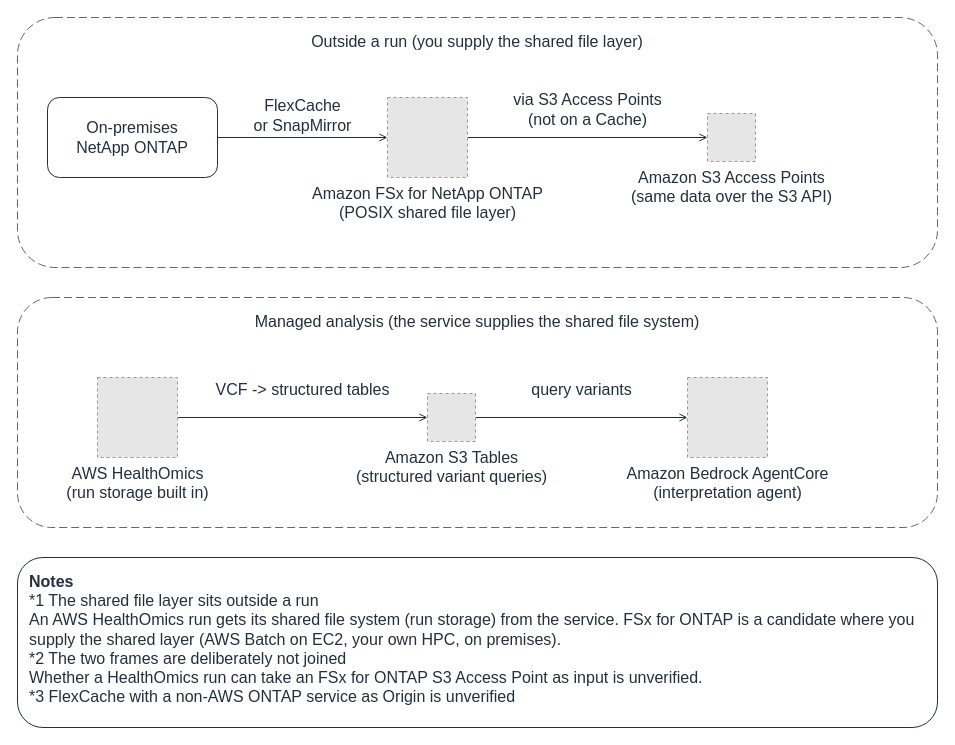
This is docs/_assets/diagrams/genomics-hpc-data-layers-en.drawio from Yoshiki0705/FSx-for-ONTAP-Adoption-Playbook, a draw.io file, before an edit. Source tidied: cells renumbered, new cells numbered last; positions are measured from the earlier drawing's top-left corner, leaving out a move shared by most shapes. Both pictures are drawn from the tidied source at 100%, with x=0, y=0 at pixel (17, 17). Pictures stored in the file or linked from it are replaced by grey dashed boxes.
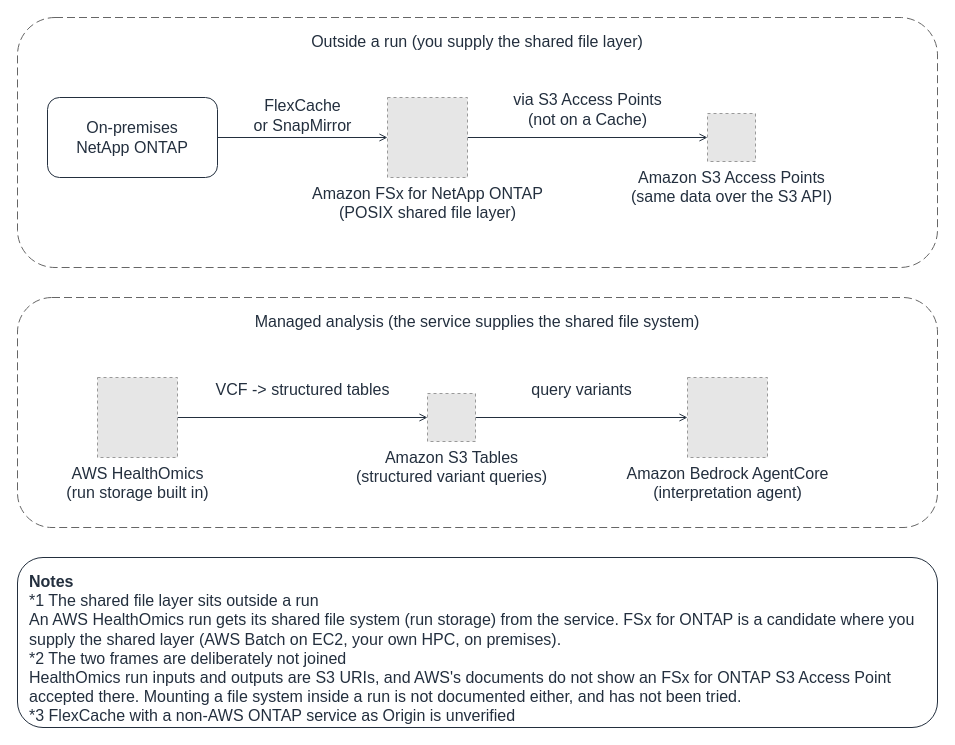
After the change.

What changed in the source:
```diff
@@
 <mxGraphModel background="#FFFFFF">
   <root>
     <mxCell id="0" />
     <mxCell id="1" parent="0" />
     <mxCell id="2" value="FlexCache&lt;br&gt;or SnapMirror" style="edgeStyle=orthogonalEdgeStyle;rounded=0;html=1;endArrow=open;endFill=0;strokeColor=#232F3E;strokeWidth=1;fontSize=16;fontColor=#232F3E;labelBackgroundColor=#FFFFFF;exitX=1.0;exitY=0.5;exitDx=0;exitDy=0;entryX=0.0;entryY=0.5;entryDx=0;entryDy=0;" parent="1" edge="1" source="8" target="10">
       <mxGeometry relative="1" as="geometry">
         <mxPoint y="-22" as="offset" />
       </mxGeometry>
     </mxCell>
     <mxCell id="3" value="via S3 Access Points&lt;br&gt;(not on a Cache)" style="edgeStyle=orthogonalEdgeStyle;rounded=0;html=1;endArrow=open;endFill=0;strokeColor=#232F3E;strokeWidth=1;fontSize=16;fontColor=#232F3E;labelBackgroundColor=#FFFFFF;exitX=1.0;exitY=0.5;exitDx=0;exitDy=0;entryX=0.0;entryY=0.5;entryDx=0;entryDy=0;" parent="1" edge="1" source="10" target="11">
       <mxGeometry relative="1" as="geometry">
         <mxPoint y="-28" as="offset" />
       </mxGeometry>
     </mxCell>
     <mxCell id="4" value="VCF -&amp;gt; structured tables" style="edgeStyle=orthogonalEdgeStyle;rounded=0;html=1;endArrow=open;endFill=0;strokeColor=#232F3E;strokeWidth=1;fontSize=16;fontColor=#232F3E;labelBackgroundColor=#FFFFFF;exitX=1.0;exitY=0.5;exitDx=0;exitDy=0;entryX=0.0;entryY=0.5;entryDx=0;entryDy=0;" parent="1" edge="1" source="12" target="13">
       <mxGeometry relative="1" as="geometry">
         <mxPoint y="-28" as="offset" />
       </mxGeometry>
     </mxCell>
     <mxCell id="5" value="query variants" style="edgeStyle=orthogonalEdgeStyle;rounded=0;html=1;endArrow=open;endFill=0;strokeColor=#232F3E;strokeWidth=1;fontSize=16;fontColor=#232F3E;labelBackgroundColor=#FFFFFF;exitX=1.0;exitY=0.5;exitDx=0;exitDy=0;entryX=0.0;entryY=0.5;entryDx=0;entryDy=0;" parent="1" edge="1" source="13" target="14">
       <mxGeometry relative="1" as="geometry">
         <mxPoint y="-28" as="offset" />
       </mxGeometry>
     </mxCell>
     <mxCell id="6" value="Outside a run (you supply the shared file layer)" style="rounded=1;whiteSpace=wrap;html=1;dashed=1;dashPattern=8 4;strokeColor=#666666;fillColor=none;fontColor=#232F3E;fontSize=16;verticalAlign=top;align=center;spacingTop=8;" parent="1" vertex="1">
       <mxGeometry width="920" height="250" as="geometry" />
     </mxCell>
     <mxCell id="7" value="Managed analysis (the service supplies the shared file system)" style="rounded=1;whiteSpace=wrap;html=1;dashed=1;dashPattern=8 4;strokeColor=#666666;fillColor=none;fontColor=#232F3E;fontSize=16;verticalAlign=top;align=center;spacingTop=8;" parent="1" vertex="1">
       <mxGeometry y="280" width="920" height="230" as="geometry" />
     </mxCell>
     <mxCell id="8" value="On-premises&lt;br&gt;NetApp ONTAP" style="rounded=1;whiteSpace=wrap;html=1;strokeColor=#232F3E;fillColor=none;fontColor=#232F3E;fontSize=16;verticalAlign=middle;align=center;" parent="1" vertex="1">
       <mxGeometry x="30" y="80" width="170" height="80" as="geometry" />
     </mxCell>
-    <mxCell id="9" value="&lt;b&gt;Notes&lt;/b&gt;&lt;br&gt;*1 The shared file layer sits outside a run&lt;br&gt;An AWS HealthOmics run gets its shared file system (run storage) from the service. FSx for ONTAP is a candidate where you supply the shared layer (AWS Batch on EC2, your own HPC, on premises).&lt;br&gt;*2 The two frames are deliberately not joined&lt;br&gt;Whether a HealthOmics run can take an FSx for ONTAP S3 Access Point as input is unverified.&lt;br&gt;*3 FlexCache with a non-AWS ONTAP service as Origin is unverified" style="rounded=1;whiteSpace=wrap;html=1;strokeColor=#232F3E;fillColor=none;fontColor=#232F3E;fontSize=16;verticalAlign=top;align=left;spacingLeft=10;spacingRight=10;spacingTop=8;" parent="1" vertex="1">
+    <mxCell id="9" value="&lt;b&gt;Notes&lt;/b&gt;&lt;br&gt;*1 The shared file layer sits outside a run&lt;br&gt;An AWS HealthOmics run gets its shared file system (run storage) from the service. FSx for ONTAP is a candidate where you supply the shared layer (AWS Batch on EC2, your own HPC, on premises).&lt;br&gt;*2 The two frames are deliberately not joined&lt;br&gt;HealthOmics run inputs and outputs are S3 URIs, and AWS's documents do not show an FSx for ONTAP S3 Access Point accepted there. Mounting a file system inside a run is not documented either, and has not been tried.&lt;br&gt;*3 FlexCache with a non-AWS ONTAP service as Origin is unverified" style="rounded=1;whiteSpace=wrap;html=1;strokeColor=#232F3E;fillColor=none;fontColor=#232F3E;fontSize=16;verticalAlign=top;align=left;spacingLeft=10;spacingRight=10;spacingTop=8;" parent="1" vertex="1">
       <mxGeometry y="540" width="920" height="170" as="geometry" />
     </mxCell>
     <mxCell id="10" value="Amazon FSx for NetApp ONTAP&lt;br&gt;(POSIX shared file layer)" style="fillColor=#E6E6E6;strokeColor=#999999;dashed=1;html=1;verticalLabelPosition=bottom;verticalAlign=top;labelPosition=center;align=center;fontSize=16;fontColor=#232F3E;" parent="1" vertex="1">
       <mxGeometry x="370" y="80" width="80" height="80" as="geometry" />
     </mxCell>
     <mxCell id="11" value="Amazon S3 Access Points&lt;br&gt;(same data over the S3 API)" style="fillColor=#E6E6E6;strokeColor=#999999;dashed=1;html=1;verticalLabelPosition=bottom;verticalAlign=top;labelPosition=center;align=center;fontSize=16;fontColor=#232F3E;" parent="1" vertex="1">
       <mxGeometry x="690" y="96" width="48" height="48" as="geometry" />
     </mxCell>
     <mxCell id="12" value="AWS HealthOmics&lt;br&gt;(run storage built in)" style="fillColor=#E6E6E6;strokeColor=#999999;dashed=1;html=1;verticalLabelPosition=bottom;verticalAlign=top;labelPosition=center;align=center;fontSize=16;fontColor=#232F3E;" parent="1" vertex="1">
       <mxGeometry x="80" y="360" width="80" height="80" as="geometry" />
     </mxCell>
     <mxCell id="13" value="Amazon S3 Tables&lt;br&gt;(structured variant queries)" style="fillColor=#E6E6E6;strokeColor=#999999;dashed=1;html=1;verticalLabelPosition=bottom;verticalAlign=top;labelPosition=center;align=center;fontSize=16;fontColor=#232F3E;" parent="1" vertex="1">
       <mxGeometry x="410" y="376" width="48" height="48" as="geometry" />
     </mxCell>
     <mxCell id="14" value="Amazon Bedrock AgentCore&lt;br&gt;(interpretation agent)" style="fillColor=#E6E6E6;strokeColor=#999999;dashed=1;html=1;verticalLabelPosition=bottom;verticalAlign=top;labelPosition=center;align=center;fontSize=16;fontColor=#232F3E;" parent="1" vertex="1">
       <mxGeometry x="670" y="360" width="80" height="80" as="geometry" />
     </mxCell>
   </root>
 </mxGraphModel>
```
